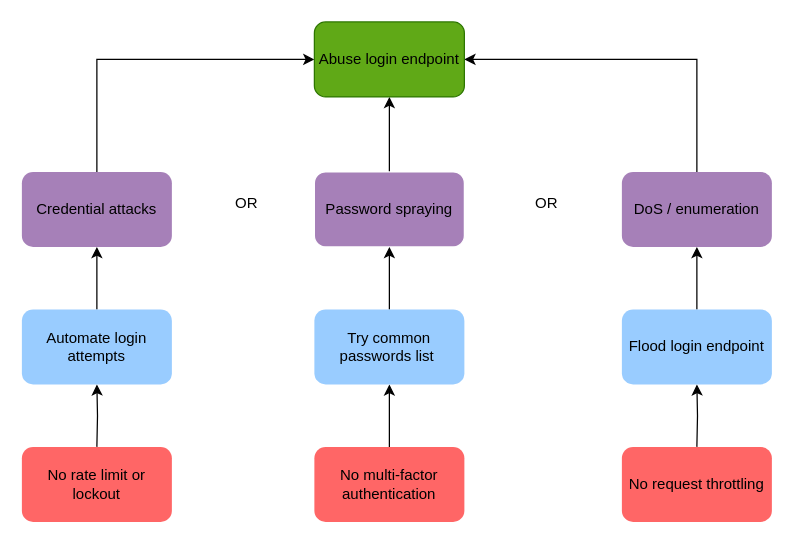
mei-desofs/desofs2026-thu_crr_1 keeps this draw.io diagram as docs/attack-trees/diogo1221223/User_Login-v2.drawio. Above is the earlier version. Source tidied: cells renumbered, new cells numbered last; positions are measured from the earlier drawing's top-left corner, leaving out a move shared by most shapes. Both pictures are drawn from the tidied source at 125%, with x=0, y=0 at pixel (21, 21).
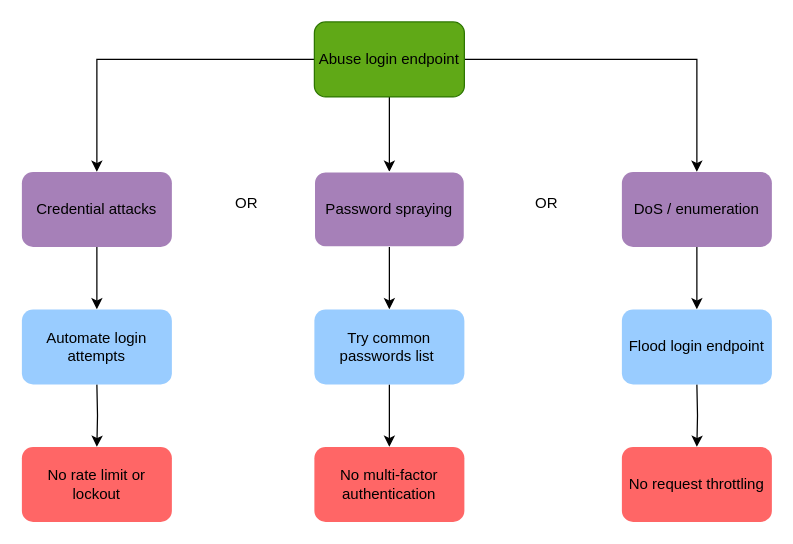
The same page after the edit.

The change refers to these unchanged cells:
```xml
<mxCell id="7" value="Abuse login endpoint" style="rounded=1;whiteSpace=wrap;html=1;fillColor=#60a917;strokeColor=#2D7600;fontColor=light-dark(#000000,#000000);" parent="1" vertex="1">
  <mxGeometry x="234" width="120" height="60" as="geometry" />
</mxCell>
<mxCell id="8" value="Credential attacks" style="rounded=1;whiteSpace=wrap;html=1;fillColor=#A680B8;strokeColor=none;fontColor=light-dark(#000000,#000000);" parent="1" vertex="1">
  <mxGeometry y="120" width="120" height="60" as="geometry" />
</mxCell>
<mxCell id="9" value="Password spraying" style="rounded=1;whiteSpace=wrap;html=1;fillColor=#A680B8;strokeColor=#FFFFFF;fontColor=light-dark(#000000,#000000);" parent="1" vertex="1">
  <mxGeometry x="234" y="120" width="120" height="60" as="geometry" />
</mxCell>
<mxCell id="10" value="DoS / enumeration" style="rounded=1;whiteSpace=wrap;html=1;fillColor=#A680B8;strokeColor=none;fontColor=light-dark(#000000,#000000);" parent="1" vertex="1">
  <mxGeometry x="480" y="120" width="120" height="60" as="geometry" />
</mxCell>
<mxCell id="11" value="Automate login attempts" style="rounded=1;whiteSpace=wrap;html=1;fillColor=#99CCFF;align=center;strokeColor=none;fontColor=light-dark(#000000,#000000);" parent="1" vertex="1">
  <mxGeometry y="230" width="120" height="60" as="geometry" />
</mxCell>
<mxCell id="17" value="Flood login endpoint" style="rounded=1;whiteSpace=wrap;html=1;fillColor=#99CCFF;align=center;strokeColor=none;fontColor=light-dark(#000000,#000000);" parent="1" vertex="1">
  <mxGeometry x="480" y="230" width="120" height="60" as="geometry" />
</mxCell>
<mxCell id="21" value="Try common passwords list&amp;nbsp;" style="rounded=1;whiteSpace=wrap;html=1;fillColor=#99CCFF;align=center;strokeColor=none;fontColor=light-dark(#000000,#000000);" parent="1" vertex="1">
  <mxGeometry x="234" y="230" width="120" height="60" as="geometry" />
</mxCell>
<mxCell id="22" value="No multi-factor authentication" style="rounded=1;whiteSpace=wrap;html=1;fillColor=#FF6666;strokeColor=none;fontColor=light-dark(#000000,#000000);" parent="1" vertex="1">
  <mxGeometry x="234" y="340" width="120" height="60" as="geometry" />
</mxCell>
```

Change to the diagram source:
```diff
@@
-    <mxCell id="2" style="edgeStyle=orthogonalEdgeStyle;rounded=0;jettySize=auto;html=1;exitX=0.5;exitY=0;exitDx=0;exitDy=0;entryX=0;entryY=0.5;entryDx=0;entryDy=0;fontColor=light-dark(#000000,#000000);" parent="1" edge="1" source="8" target="7">
+    <mxCell id="2" style="edgeStyle=orthogonalEdgeStyle;rounded=0;jettySize=auto;html=1;exitX=0.5;exitY=0;exitDx=0;exitDy=0;entryX=0;entryY=0.5;entryDx=0;entryDy=0;fontColor=light-dark(#000000,#000000);startArrow=classic;startFill=1;endArrow=none;endFill=0;" parent="1" edge="1" source="8" target="7">
       <mxGeometry relative="1" as="geometry">
         <Array as="points">
           <mxPoint x="60" y="30" />
         </Array>
       </mxGeometry>
     </mxCell>
-    <mxCell id="3" style="edgeStyle=orthogonalEdgeStyle;rounded=0;jettySize=auto;html=1;exitX=0.5;exitY=0;exitDx=0;exitDy=0;entryX=0.5;entryY=1;entryDx=0;entryDy=0;fontColor=light-dark(#000000,#000000);" parent="1" edge="1" source="9" target="7">
+    <mxCell id="3" style="edgeStyle=orthogonalEdgeStyle;rounded=0;jettySize=auto;html=1;exitX=0.5;exitY=0;exitDx=0;exitDy=0;entryX=0.5;entryY=1;entryDx=0;entryDy=0;fontColor=light-dark(#000000,#000000);startArrow=classic;startFill=1;endArrow=none;endFill=0;" parent="1" edge="1" source="9" target="7">
       <mxGeometry relative="1" as="geometry" />
     </mxCell>
-    <mxCell id="4" style="edgeStyle=orthogonalEdgeStyle;rounded=0;jettySize=auto;html=1;exitX=0.5;exitY=0;exitDx=0;exitDy=0;entryX=1;entryY=0.5;entryDx=0;entryDy=0;fontColor=light-dark(#000000,#000000);" parent="1" edge="1" source="10" target="7">
+    <mxCell id="4" style="edgeStyle=orthogonalEdgeStyle;rounded=0;jettySize=auto;html=1;exitX=0.5;exitY=0;exitDx=0;exitDy=0;entryX=1;entryY=0.5;entryDx=0;entryDy=0;fontColor=light-dark(#000000,#000000);startArrow=classic;startFill=1;endArrow=none;endFill=0;" parent="1" edge="1" source="10" target="7">
       <mxGeometry relative="1" as="geometry" />
     </mxCell>
-    <mxCell id="5" style="edgeStyle=orthogonalEdgeStyle;rounded=0;jettySize=auto;html=1;exitX=0.5;exitY=0;exitDx=0;exitDy=0;fontColor=light-dark(#000000,#000000);" parent="1" edge="1" source="11">
+    <mxCell id="5" style="edgeStyle=orthogonalEdgeStyle;rounded=0;jettySize=auto;html=1;exitX=0.5;exitY=0;exitDx=0;exitDy=0;fontColor=light-dark(#000000,#000000);startArrow=classic;startFill=1;endArrow=none;endFill=0;" parent="1" edge="1" source="11">
       <mxGeometry relative="1" as="geometry">
         <mxPoint x="60" y="180" as="targetPoint" />
         <Array as="points">
           <mxPoint x="60" y="220" />
           <mxPoint x="60" y="220" />
         </Array>
       </mxGeometry>
     </mxCell>
-    <mxCell id="6" style="edgeStyle=orthogonalEdgeStyle;rounded=0;jettySize=auto;html=1;exitX=0.5;exitY=0;exitDx=0;exitDy=0;entryX=0.5;entryY=1;entryDx=0;entryDy=0;fontColor=light-dark(#000000,#000000);" parent="1" edge="1" target="11">
+    <mxCell id="6" style="edgeStyle=orthogonalEdgeStyle;rounded=0;jettySize=auto;html=1;exitX=0.5;exitY=0;exitDx=0;exitDy=0;entryX=0.5;entryY=1;entryDx=0;entryDy=0;fontColor=light-dark(#000000,#000000);startArrow=classic;startFill=1;endArrow=none;endFill=0;" parent="1" edge="1" target="11">
       <mxGeometry relative="1" as="geometry">
         <mxPoint x="60" y="340" as="sourcePoint" />
       </mxGeometry>
     </mxCell>
@@
-    <mxCell id="15" style="edgeStyle=orthogonalEdgeStyle;rounded=0;jettySize=auto;html=1;exitX=0.5;exitY=0;exitDx=0;exitDy=0;fontColor=light-dark(#000000,#000000);" parent="1" edge="1" source="17">
+    <mxCell id="15" style="edgeStyle=orthogonalEdgeStyle;rounded=0;jettySize=auto;html=1;exitX=0.5;exitY=0;exitDx=0;exitDy=0;fontColor=light-dark(#000000,#000000);startArrow=classic;startFill=1;endArrow=none;endFill=0;" parent="1" edge="1" source="17">
       <mxGeometry relative="1" as="geometry">
         <mxPoint x="540" y="180" as="targetPoint" />
         <Array as="points">
           <mxPoint x="540" y="220" />
           <mxPoint x="540" y="220" />
         </Array>
       </mxGeometry>
     </mxCell>
-    <mxCell id="16" style="edgeStyle=orthogonalEdgeStyle;rounded=0;jettySize=auto;html=1;exitX=0.5;exitY=0;exitDx=0;exitDy=0;entryX=0.5;entryY=1;entryDx=0;entryDy=0;fontColor=light-dark(#000000,#000000);" parent="1" edge="1" target="17">
+    <mxCell id="16" style="edgeStyle=orthogonalEdgeStyle;rounded=0;jettySize=auto;html=1;exitX=0.5;exitY=0;exitDx=0;exitDy=0;entryX=0.5;entryY=1;entryDx=0;entryDy=0;fontColor=light-dark(#000000,#000000);startArrow=classic;startFill=1;endArrow=none;endFill=0;" parent="1" edge="1" target="17">
       <mxGeometry relative="1" as="geometry">
         <mxPoint x="540" y="340" as="sourcePoint" />
       </mxGeometry>
     </mxCell>
@@
-    <mxCell id="19" style="edgeStyle=orthogonalEdgeStyle;rounded=0;jettySize=auto;html=1;exitX=0.5;exitY=0;exitDx=0;exitDy=0;entryX=0.5;entryY=1;entryDx=0;entryDy=0;fontColor=light-dark(#000000,#000000);" parent="1" edge="1" source="22" target="21">
+    <mxCell id="19" style="edgeStyle=orthogonalEdgeStyle;rounded=0;jettySize=auto;html=1;exitX=0.5;exitY=0;exitDx=0;exitDy=0;entryX=0.5;entryY=1;entryDx=0;entryDy=0;fontColor=light-dark(#000000,#000000);startArrow=classic;startFill=1;endArrow=none;endFill=0;" parent="1" edge="1" source="22" target="21">
       <mxGeometry relative="1" as="geometry" />
     </mxCell>
-    <mxCell id="20" style="edgeStyle=orthogonalEdgeStyle;rounded=0;jettySize=auto;html=1;" parent="1" edge="1" source="21" target="9">
+    <mxCell id="20" style="edgeStyle=orthogonalEdgeStyle;rounded=0;jettySize=auto;html=1;startArrow=classic;startFill=1;endArrow=none;endFill=0;" parent="1" edge="1" source="21" target="9">
       <mxGeometry relative="1" as="geometry" />
     </mxCell>
```
